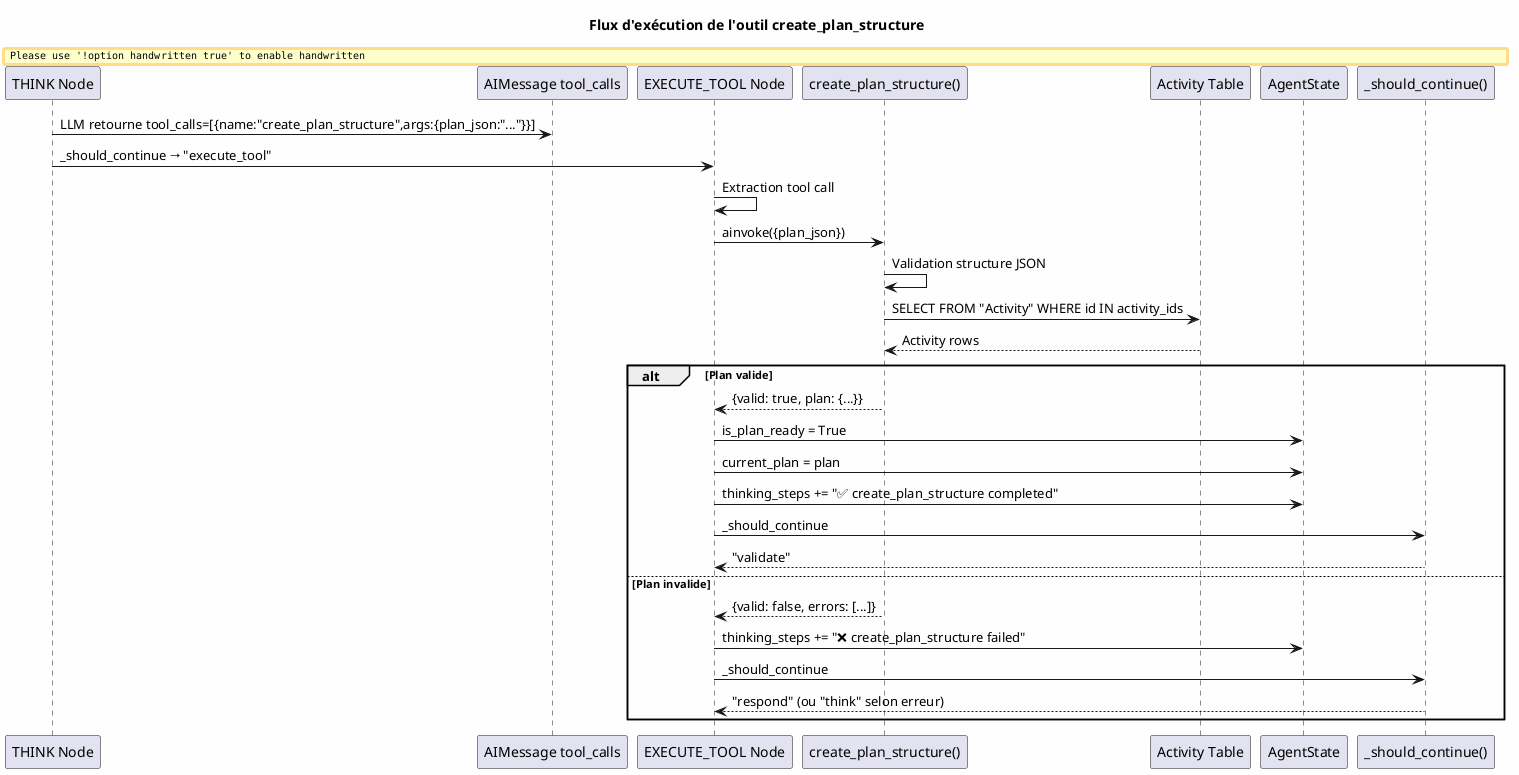
ahmed-addali/rapport keeps this PlantUML diagram as diagrams/fig_04_tool_execution_flow.png. Above is the earlier version. Its diagram source:
```plantuml
@startuml
skinparam backgroundColor #FEFEFE
skinparam handwritten false
skinparam defaultFontName "Arial"

title Flux d'exécution de l'outil create_plan_structure

participant "THINK Node" as Think
participant "AIMessage tool_calls" as AIMsg
participant "EXECUTE_TOOL Node" as Exec
participant "create_plan_structure()" as Tool
participant "Activity Table" as DB
participant "AgentState" as State
participant "_should_continue()" as Router

Think -> AIMsg : LLM retourne tool_calls=[{name:"create_plan_structure",args:{plan_json:"..."}}]
Think -> Exec : _should_continue → "execute_tool"

Exec -> Exec : Extraction tool call
Exec -> Tool : ainvoke({plan_json})

Tool -> Tool : Validation structure JSON
Tool -> DB : SELECT FROM "Activity" WHERE id IN activity_ids
DB --> Tool : Activity rows

alt Plan valide
  Tool --> Exec : {valid: true, plan: {...}}
  Exec -> State : is_plan_ready = True
  Exec -> State : current_plan = plan
  Exec -> State : thinking_steps += "✅ create_plan_structure completed"
  Exec -> Router : _should_continue
  Router --> Exec : "validate"
else Plan invalide
  Tool --> Exec : {valid: false, errors: [...]}
  Exec -> State : thinking_steps += "❌ create_plan_structure failed"
  Exec -> Router : _should_continue
  Router --> Exec : "respond" (ou "think" selon erreur)
end

@enduml
```
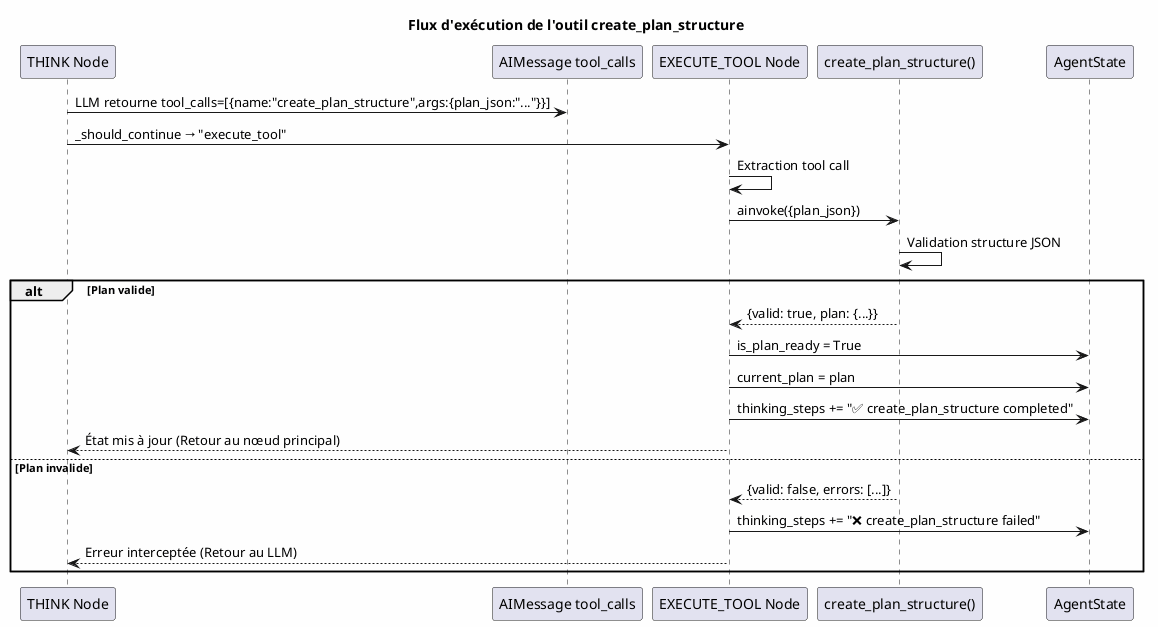
After the change.

Change to the diagram source:
```diff
@@ -1,6 +1,5 @@
 @startuml
 skinparam backgroundColor #FEFEFE
-skinparam handwritten false
 skinparam defaultFontName "Arial"
 
 title Flux d'exécution de l'outil create_plan_structure
@@ -9,9 +8,7 @@
 participant "AIMessage tool_calls" as AIMsg
 participant "EXECUTE_TOOL Node" as Exec
 participant "create_plan_structure()" as Tool
-participant "Activity Table" as DB
 participant "AgentState" as State
-participant "_should_continue()" as Router
 
 Think -> AIMsg : LLM retourne tool_calls=[{name:"create_plan_structure",args:{plan_json:"..."}}]
 Think -> Exec : _should_continue → "execute_tool"
@@ -20,21 +17,21 @@
 Exec -> Tool : ainvoke({plan_json})
 
 Tool -> Tool : Validation structure JSON
-Tool -> DB : SELECT FROM "Activity" WHERE id IN activity_ids
-DB --> Tool : Activity rows
+
 
 alt Plan valide
   Tool --> Exec : {valid: true, plan: {...}}
   Exec -> State : is_plan_ready = True
   Exec -> State : current_plan = plan
   Exec -> State : thinking_steps += "✅ create_plan_structure completed"
-  Exec -> Router : _should_continue
-  Router --> Exec : "validate"
+
+  Exec --> Think : État mis à jour (Retour au nœud principal)
+
 else Plan invalide
   Tool --> Exec : {valid: false, errors: [...]}
   Exec -> State : thinking_steps += "❌ create_plan_structure failed"
-  Exec -> Router : _should_continue
-  Router --> Exec : "respond" (ou "think" selon erreur)
+
+  Exec --> Think : Erreur interceptée (Retour au LLM)
 end
 
 @enduml
```
